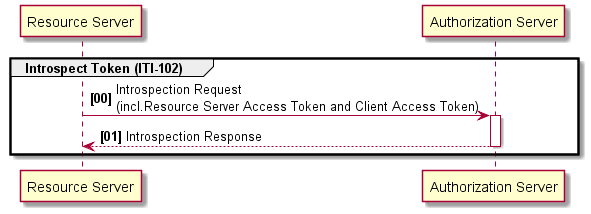
This is media/introspect.png from IHE/ITI.IUA, a PlantUML export, as it was before one commit.
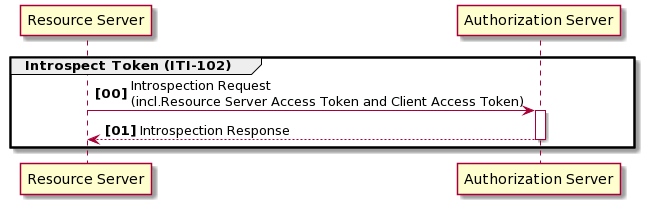
After the commit.

What changed in the source:
```diff
@@ -1,5 +1,4 @@
-@startuml introspect
-
+@startuml
 participant "Resource Server" as ResourceServer
 participant "Authorization Server" as AuthzServer
 
@@ -12,5 +11,4 @@
 end
 
 autonumber stop
-
 @enduml
```
